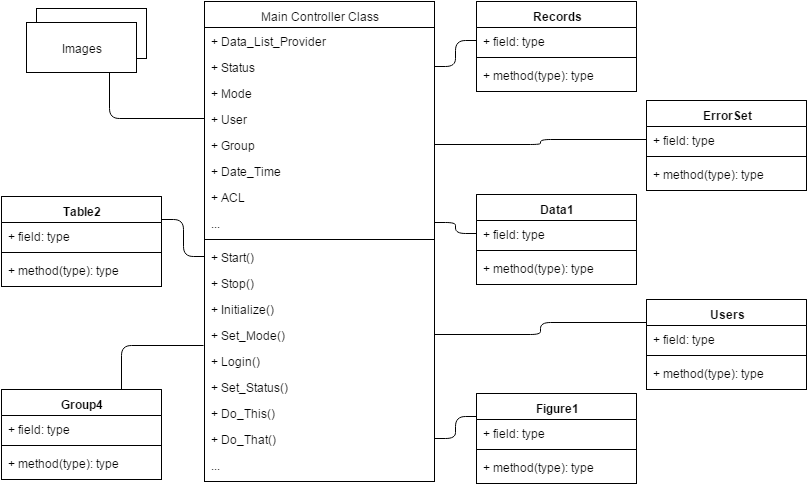
Mudvayne/HS keeps this draw.io diagram as Bilder/The_blob.png. Above is the earlier version. Source tidied: cells renumbered, new cells last; positions are measured from the earlier drawing's top-left corner, leaving out a move shared by most shapes.
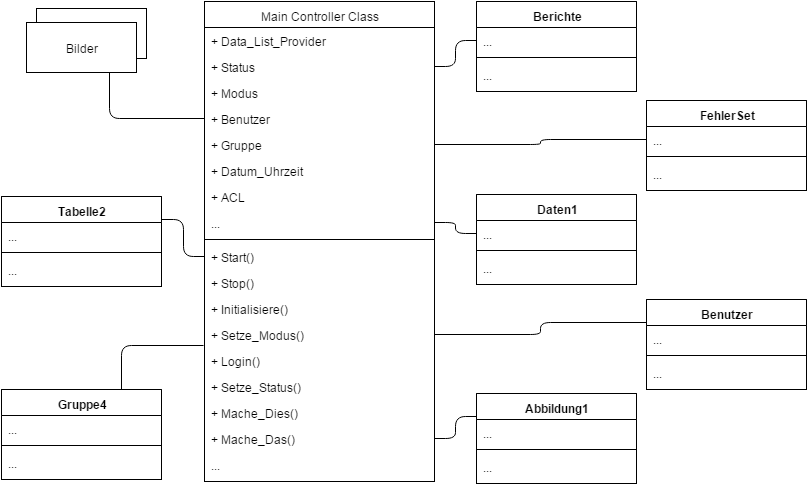
The same diagram one commit later.

Commit message:
Bilder übersetzt.

Diff of the diagram source:
```diff
@@ -11,16 +11,16 @@
     <mxCell id="4" value="+ Status" style="text;html=1;strokeColor=none;fillColor=none;align=left;verticalAlign=top;spacingLeft=4;spacingRight=4;whiteSpace=wrap;overflow=hidden;points=[[0,0.5],[1,0.5]];portConstraint=eastwest;" parent="2" vertex="1">
       <mxGeometry y="52" width="230" height="26" as="geometry" />
     </mxCell>
-    <mxCell id="5" value="+ Mode" style="text;html=1;strokeColor=none;fillColor=none;align=left;verticalAlign=top;spacingLeft=4;spacingRight=4;whiteSpace=wrap;overflow=hidden;" parent="2" vertex="1">
+    <mxCell id="5" value="+ Modus" style="text;html=1;strokeColor=none;fillColor=none;align=left;verticalAlign=top;spacingLeft=4;spacingRight=4;whiteSpace=wrap;overflow=hidden;" parent="2" vertex="1">
       <mxGeometry y="78" width="230" height="26" as="geometry" />
     </mxCell>
-    <mxCell id="6" value="+ User" style="text;html=1;strokeColor=none;fillColor=none;align=left;verticalAlign=top;spacingLeft=4;spacingRight=4;whiteSpace=wrap;overflow=hidden;points=[[0,0.5],[1,0.5]];portConstraint=eastwest;" parent="2" vertex="1">
+    <mxCell id="6" value="+ Benutzer" style="text;html=1;strokeColor=none;fillColor=none;align=left;verticalAlign=top;spacingLeft=4;spacingRight=4;whiteSpace=wrap;overflow=hidden;points=[[0,0.5],[1,0.5]];portConstraint=eastwest;" parent="2" vertex="1">
       <mxGeometry y="104" width="230" height="26" as="geometry" />
     </mxCell>
-    <mxCell id="7" value="+ Group" style="text;html=1;strokeColor=none;fillColor=none;align=left;verticalAlign=top;spacingLeft=4;spacingRight=4;whiteSpace=wrap;overflow=hidden;points=[[0,0.5],[1,0.5]];portConstraint=eastwest;" parent="2" vertex="1">
+    <mxCell id="7" value="+ Gruppe" style="text;html=1;strokeColor=none;fillColor=none;align=left;verticalAlign=top;spacingLeft=4;spacingRight=4;whiteSpace=wrap;overflow=hidden;points=[[0,0.5],[1,0.5]];portConstraint=eastwest;" parent="2" vertex="1">
       <mxGeometry y="130" width="230" height="26" as="geometry" />
     </mxCell>
-    <mxCell id="8" value="+ Date_Time" style="text;html=1;strokeColor=none;fillColor=none;align=left;verticalAlign=top;spacingLeft=4;spacingRight=4;whiteSpace=wrap;overflow=hidden;" parent="2" vertex="1">
+    <mxCell id="8" value="+ Datum_Uhrzeit" style="text;html=1;strokeColor=none;fillColor=none;align=left;verticalAlign=top;spacingLeft=4;spacingRight=4;whiteSpace=wrap;overflow=hidden;" parent="2" vertex="1">
       <mxGeometry y="156" width="230" height="26" as="geometry" />
     </mxCell>
     <mxCell id="9" value="+ ACL" style="text;html=1;strokeColor=none;fillColor=none;align=left;verticalAlign=top;spacingLeft=4;spacingRight=4;whiteSpace=wrap;overflow=hidden;" parent="2" vertex="1">
@@ -38,121 +38,121 @@
     <mxCell id="13" value="+ Stop()" style="text;html=1;strokeColor=none;fillColor=none;align=left;verticalAlign=top;spacingLeft=4;spacingRight=4;whiteSpace=wrap;overflow=hidden;" parent="2" vertex="1">
       <mxGeometry y="268" width="230" height="26" as="geometry" />
     </mxCell>
-    <mxCell id="14" value="+ Initialize()" style="text;html=1;strokeColor=none;fillColor=none;align=left;verticalAlign=top;spacingLeft=4;spacingRight=4;whiteSpace=wrap;overflow=hidden;" parent="2" vertex="1">
+    <mxCell id="14" value="+ Initialisiere()" style="text;html=1;strokeColor=none;fillColor=none;align=left;verticalAlign=top;spacingLeft=4;spacingRight=4;whiteSpace=wrap;overflow=hidden;" parent="2" vertex="1">
       <mxGeometry y="294" width="230" height="26" as="geometry" />
     </mxCell>
-    <mxCell id="15" value="+ Set_Mode()" style="text;html=1;strokeColor=none;fillColor=none;align=left;verticalAlign=top;spacingLeft=4;spacingRight=4;whiteSpace=wrap;overflow=hidden;points=[[0,0.5],[1,0.5]];portConstraint=eastwest;" parent="2" vertex="1">
+    <mxCell id="15" value="+ Setze_Modus()" style="text;html=1;strokeColor=none;fillColor=none;align=left;verticalAlign=top;spacingLeft=4;spacingRight=4;whiteSpace=wrap;overflow=hidden;points=[[0,0.5],[1,0.5]];portConstraint=eastwest;" parent="2" vertex="1">
       <mxGeometry y="320" width="230" height="26" as="geometry" />
     </mxCell>
     <mxCell id="16" value="+ Login()" style="text;html=1;strokeColor=none;fillColor=none;align=left;verticalAlign=top;spacingLeft=4;spacingRight=4;whiteSpace=wrap;overflow=hidden;points=[[0,0.5],[1,0.5]];portConstraint=eastwest;" parent="2" vertex="1">
       <mxGeometry y="346" width="230" height="26" as="geometry" />
     </mxCell>
-    <mxCell id="17" value="+ Set_Status()" style="text;html=1;strokeColor=none;fillColor=none;align=left;verticalAlign=top;spacingLeft=4;spacingRight=4;whiteSpace=wrap;overflow=hidden;" parent="2" vertex="1">
+    <mxCell id="17" value="+ Setze_Status()" style="text;html=1;strokeColor=none;fillColor=none;align=left;verticalAlign=top;spacingLeft=4;spacingRight=4;whiteSpace=wrap;overflow=hidden;" parent="2" vertex="1">
       <mxGeometry y="372" width="230" height="26" as="geometry" />
     </mxCell>
-    <mxCell id="18" value="+ Do_This()" style="text;html=1;strokeColor=none;fillColor=none;align=left;verticalAlign=top;spacingLeft=4;spacingRight=4;whiteSpace=wrap;overflow=hidden;" parent="2" vertex="1">
+    <mxCell id="18" value="+ Mache_Dies()" style="text;html=1;strokeColor=none;fillColor=none;align=left;verticalAlign=top;spacingLeft=4;spacingRight=4;whiteSpace=wrap;overflow=hidden;" parent="2" vertex="1">
       <mxGeometry y="398" width="230" height="26" as="geometry" />
     </mxCell>
-    <mxCell id="19" value="+ Do_That()" style="text;html=1;strokeColor=none;fillColor=none;align=left;verticalAlign=top;spacingLeft=4;spacingRight=4;whiteSpace=wrap;overflow=hidden;points=[[0,0.5],[1,0.5]];portConstraint=eastwest;" parent="2" vertex="1">
+    <mxCell id="19" value="+ Mache_Das()" style="text;html=1;strokeColor=none;fillColor=none;align=left;verticalAlign=top;spacingLeft=4;spacingRight=4;whiteSpace=wrap;overflow=hidden;points=[[0,0.5],[1,0.5]];portConstraint=eastwest;" parent="2" vertex="1">
       <mxGeometry y="424" width="230" height="26" as="geometry" />
     </mxCell>
     <mxCell id="20" value="..." style="text;html=1;strokeColor=none;fillColor=none;align=left;verticalAlign=top;spacingLeft=4;spacingRight=4;whiteSpace=wrap;overflow=hidden;" parent="2" vertex="1">
       <mxGeometry y="450" width="230" height="20" as="geometry" />
     </mxCell>
-    <mxCell id="21" value="Records" style="swimlane;html=1;fontStyle=1;align=center;verticalAlign=top;horizontal=1;startSize=26;swimlaneFillColor=#ffffff;" parent="1" vertex="1">
+    <mxCell id="21" value="Berichte" style="swimlane;html=1;fontStyle=1;align=center;verticalAlign=top;horizontal=1;startSize=26;swimlaneFillColor=#ffffff;" parent="1" vertex="1">
       <mxGeometry x="475" width="160" height="90" as="geometry" />
     </mxCell>
-    <mxCell id="22" value="+ field: type" style="text;html=1;strokeColor=none;fillColor=none;align=left;verticalAlign=top;spacingLeft=4;spacingRight=4;whiteSpace=wrap;overflow=hidden;points=[[0,0.5],[1,0.5]];portConstraint=eastwest;" parent="21" vertex="1">
+    <mxCell id="22" value="&lt;span&gt;...&lt;/span&gt;" style="text;html=1;strokeColor=none;fillColor=none;align=left;verticalAlign=top;spacingLeft=4;spacingRight=4;whiteSpace=wrap;overflow=hidden;points=[[0,0.5],[1,0.5]];portConstraint=eastwest;" parent="21" vertex="1">
       <mxGeometry y="26" width="160" height="26" as="geometry" />
     </mxCell>
     <mxCell id="23" style="line;html=1;strokeWidth=1;fillColor=none;align=left;verticalAlign=middle;spacingTop=-1;spacingLeft=3;spacingRight=3;labelPosition=right;" parent="21" vertex="1">
       <mxGeometry y="52" width="160" height="8" as="geometry" />
     </mxCell>
-    <mxCell id="24" value="+ method(type): type" style="text;html=1;strokeColor=none;fillColor=none;align=left;verticalAlign=top;spacingLeft=4;spacingRight=4;whiteSpace=wrap;overflow=hidden;" parent="21" vertex="1">
+    <mxCell id="24" value="&lt;span&gt;...&lt;/span&gt;" style="text;html=1;strokeColor=none;fillColor=none;align=left;verticalAlign=top;spacingLeft=4;spacingRight=4;whiteSpace=wrap;overflow=hidden;" parent="21" vertex="1">
       <mxGeometry y="60" width="160" height="26" as="geometry" />
     </mxCell>
-    <mxCell id="25" value="Data1" style="swimlane;html=1;fontStyle=1;align=center;verticalAlign=top;horizontal=1;startSize=26;swimlaneFillColor=#ffffff;" parent="1" vertex="1">
+    <mxCell id="25" value="Daten1" style="swimlane;html=1;fontStyle=1;align=center;verticalAlign=top;horizontal=1;startSize=26;swimlaneFillColor=#ffffff;" parent="1" vertex="1">
       <mxGeometry x="475" y="193" width="160" height="90" as="geometry" />
     </mxCell>
-    <mxCell id="26" value="+ field: type" style="text;html=1;strokeColor=none;fillColor=none;align=left;verticalAlign=top;spacingLeft=4;spacingRight=4;whiteSpace=wrap;overflow=hidden;points=[[0,0.5],[1,0.5]];portConstraint=eastwest;" parent="25" vertex="1">
+    <mxCell id="26" value="&lt;span&gt;...&lt;/span&gt;" style="text;html=1;strokeColor=none;fillColor=none;align=left;verticalAlign=top;spacingLeft=4;spacingRight=4;whiteSpace=wrap;overflow=hidden;points=[[0,0.5],[1,0.5]];portConstraint=eastwest;" parent="25" vertex="1">
       <mxGeometry y="26" width="160" height="26" as="geometry" />
     </mxCell>
     <mxCell id="27" style="line;html=1;strokeWidth=1;fillColor=none;align=left;verticalAlign=middle;spacingTop=-1;spacingLeft=3;spacingRight=3;labelPosition=right;" parent="25" vertex="1">
       <mxGeometry y="52" width="160" height="8" as="geometry" />
     </mxCell>
-    <mxCell id="28" value="+ method(type): type" style="text;html=1;strokeColor=none;fillColor=none;align=left;verticalAlign=top;spacingLeft=4;spacingRight=4;whiteSpace=wrap;overflow=hidden;" parent="25" vertex="1">
+    <mxCell id="28" value="&lt;span&gt;...&lt;/span&gt;" style="text;html=1;strokeColor=none;fillColor=none;align=left;verticalAlign=top;spacingLeft=4;spacingRight=4;whiteSpace=wrap;overflow=hidden;" parent="25" vertex="1">
       <mxGeometry y="60" width="160" height="26" as="geometry" />
     </mxCell>
     <mxCell id="29" style="edgeStyle=orthogonalEdgeStyle;rounded=1;html=1;exitX=0;exitY=0.25;entryX=1;entryY=0.5;endArrow=none;endFill=0;jettySize=auto;strokeColor=#000000;" parent="1" edge="1" source="30" target="19">
       <mxGeometry relative="1" as="geometry" />
     </mxCell>
-    <mxCell id="30" value="Figure1" style="swimlane;html=1;fontStyle=1;align=center;verticalAlign=top;horizontal=1;startSize=26;swimlaneFillColor=#ffffff;" parent="1" vertex="1">
+    <mxCell id="30" value="Abbildung1" style="swimlane;html=1;fontStyle=1;align=center;verticalAlign=top;horizontal=1;startSize=26;swimlaneFillColor=#ffffff;" parent="1" vertex="1">
       <mxGeometry x="475" y="392" width="160" height="90" as="geometry" />
     </mxCell>
-    <mxCell id="31" value="+ field: type" style="text;html=1;strokeColor=none;fillColor=none;align=left;verticalAlign=top;spacingLeft=4;spacingRight=4;whiteSpace=wrap;overflow=hidden;" parent="30" vertex="1">
+    <mxCell id="31" value="&lt;span&gt;...&lt;/span&gt;" style="text;html=1;strokeColor=none;fillColor=none;align=left;verticalAlign=top;spacingLeft=4;spacingRight=4;whiteSpace=wrap;overflow=hidden;" parent="30" vertex="1">
       <mxGeometry y="26" width="160" height="26" as="geometry" />
     </mxCell>
     <mxCell id="32" style="line;html=1;strokeWidth=1;fillColor=none;align=left;verticalAlign=middle;spacingTop=-1;spacingLeft=3;spacingRight=3;labelPosition=right;" parent="30" vertex="1">
       <mxGeometry y="52" width="160" height="8" as="geometry" />
     </mxCell>
-    <mxCell id="33" value="+ method(type): type" style="text;html=1;strokeColor=none;fillColor=none;align=left;verticalAlign=top;spacingLeft=4;spacingRight=4;whiteSpace=wrap;overflow=hidden;" parent="30" vertex="1">
+    <mxCell id="33" value="&lt;span&gt;...&lt;/span&gt;" style="text;html=1;strokeColor=none;fillColor=none;align=left;verticalAlign=top;spacingLeft=4;spacingRight=4;whiteSpace=wrap;overflow=hidden;" parent="30" vertex="1">
       <mxGeometry y="60" width="160" height="26" as="geometry" />
     </mxCell>
-    <mxCell id="34" value="ErrorSet" style="swimlane;html=1;fontStyle=1;align=center;verticalAlign=top;horizontal=1;startSize=26;swimlaneFillColor=#ffffff;" parent="1" vertex="1">
+    <mxCell id="34" value="FehlerSet" style="swimlane;html=1;fontStyle=1;align=center;verticalAlign=top;horizontal=1;startSize=26;swimlaneFillColor=#ffffff;" parent="1" vertex="1">
       <mxGeometry x="645" y="99" width="160" height="90" as="geometry" />
     </mxCell>
-    <mxCell id="35" value="+ field: type" style="text;html=1;strokeColor=none;fillColor=none;align=left;verticalAlign=top;spacingLeft=4;spacingRight=4;whiteSpace=wrap;overflow=hidden;points=[[0,0.5],[1,0.5]];portConstraint=eastwest;" parent="34" vertex="1">
+    <mxCell id="35" value="&lt;span&gt;...&lt;/span&gt;" style="text;html=1;strokeColor=none;fillColor=none;align=left;verticalAlign=top;spacingLeft=4;spacingRight=4;whiteSpace=wrap;overflow=hidden;points=[[0,0.5],[1,0.5]];portConstraint=eastwest;" parent="34" vertex="1">
       <mxGeometry y="26" width="160" height="26" as="geometry" />
     </mxCell>
     <mxCell id="36" style="line;html=1;strokeWidth=1;fillColor=none;align=left;verticalAlign=middle;spacingTop=-1;spacingLeft=3;spacingRight=3;labelPosition=right;" parent="34" vertex="1">
       <mxGeometry y="52" width="160" height="8" as="geometry" />
     </mxCell>
-    <mxCell id="37" value="+ method(type): type" style="text;html=1;strokeColor=none;fillColor=none;align=left;verticalAlign=top;spacingLeft=4;spacingRight=4;whiteSpace=wrap;overflow=hidden;" parent="34" vertex="1">
+    <mxCell id="37" value="&lt;span&gt;...&lt;/span&gt;" style="text;html=1;strokeColor=none;fillColor=none;align=left;verticalAlign=top;spacingLeft=4;spacingRight=4;whiteSpace=wrap;overflow=hidden;" parent="34" vertex="1">
       <mxGeometry y="60" width="160" height="26" as="geometry" />
     </mxCell>
     <mxCell id="38" style="edgeStyle=orthogonalEdgeStyle;rounded=1;html=1;exitX=0;exitY=0.25;entryX=1;entryY=0.5;endArrow=none;endFill=0;jettySize=auto;strokeColor=#000000;" parent="1" edge="1" source="39" target="15">
       <mxGeometry relative="1" as="geometry" />
     </mxCell>
-    <mxCell id="39" value="Users" style="swimlane;html=1;fontStyle=1;align=center;verticalAlign=top;horizontal=1;startSize=26;swimlaneFillColor=#ffffff;" parent="1" vertex="1">
+    <mxCell id="39" value="Benutzer" style="swimlane;html=1;fontStyle=1;align=center;verticalAlign=top;horizontal=1;startSize=26;swimlaneFillColor=#ffffff;" parent="1" vertex="1">
       <mxGeometry x="645" y="298" width="160" height="90" as="geometry" />
     </mxCell>
-    <mxCell id="40" value="+ field: type" style="text;html=1;strokeColor=none;fillColor=none;align=left;verticalAlign=top;spacingLeft=4;spacingRight=4;whiteSpace=wrap;overflow=hidden;" parent="39" vertex="1">
+    <mxCell id="40" value="&lt;span&gt;...&lt;/span&gt;" style="text;html=1;strokeColor=none;fillColor=none;align=left;verticalAlign=top;spacingLeft=4;spacingRight=4;whiteSpace=wrap;overflow=hidden;" parent="39" vertex="1">
       <mxGeometry y="26" width="160" height="26" as="geometry" />
     </mxCell>
     <mxCell id="41" style="line;html=1;strokeWidth=1;fillColor=none;align=left;verticalAlign=middle;spacingTop=-1;spacingLeft=3;spacingRight=3;labelPosition=right;" parent="39" vertex="1">
       <mxGeometry y="52" width="160" height="8" as="geometry" />
     </mxCell>
-    <mxCell id="42" value="+ method(type): type" style="text;html=1;strokeColor=none;fillColor=none;align=left;verticalAlign=top;spacingLeft=4;spacingRight=4;whiteSpace=wrap;overflow=hidden;" parent="39" vertex="1">
+    <mxCell id="42" value="&lt;span&gt;...&lt;/span&gt;" style="text;html=1;strokeColor=none;fillColor=none;align=left;verticalAlign=top;spacingLeft=4;spacingRight=4;whiteSpace=wrap;overflow=hidden;" parent="39" vertex="1">
       <mxGeometry y="60" width="160" height="26" as="geometry" />
     </mxCell>
     <mxCell id="43" style="edgeStyle=orthogonalEdgeStyle;rounded=1;html=1;exitX=1;exitY=0.25;entryX=0;entryY=0.5;endArrow=none;endFill=0;jettySize=auto;strokeColor=#000000;" parent="1" edge="1" source="44" target="12">
       <mxGeometry relative="1" as="geometry" />
     </mxCell>
-    <mxCell id="44" value="Table2" style="swimlane;html=1;fontStyle=1;align=center;verticalAlign=top;horizontal=1;startSize=26;swimlaneFillColor=#ffffff;" parent="1" vertex="1">
+    <mxCell id="44" value="Tabelle2" style="swimlane;html=1;fontStyle=1;align=center;verticalAlign=top;horizontal=1;startSize=26;swimlaneFillColor=#ffffff;" parent="1" vertex="1">
       <mxGeometry y="195" width="160" height="90" as="geometry" />
     </mxCell>
-    <mxCell id="45" value="+ field: type" style="text;html=1;strokeColor=none;fillColor=none;align=left;verticalAlign=top;spacingLeft=4;spacingRight=4;whiteSpace=wrap;overflow=hidden;" parent="44" vertex="1">
+    <mxCell id="45" value="..." style="text;html=1;strokeColor=none;fillColor=none;align=left;verticalAlign=top;spacingLeft=4;spacingRight=4;whiteSpace=wrap;overflow=hidden;" parent="44" vertex="1">
       <mxGeometry y="26" width="160" height="26" as="geometry" />
     </mxCell>
     <mxCell id="46" style="line;html=1;strokeWidth=1;fillColor=none;align=left;verticalAlign=middle;spacingTop=-1;spacingLeft=3;spacingRight=3;labelPosition=right;" parent="44" vertex="1">
       <mxGeometry y="52" width="160" height="8" as="geometry" />
     </mxCell>
-    <mxCell id="47" value="+ method(type): type" style="text;html=1;strokeColor=none;fillColor=none;align=left;verticalAlign=top;spacingLeft=4;spacingRight=4;whiteSpace=wrap;overflow=hidden;" parent="44" vertex="1">
+    <mxCell id="47" value="&lt;span&gt;...&lt;/span&gt;" style="text;html=1;strokeColor=none;fillColor=none;align=left;verticalAlign=top;spacingLeft=4;spacingRight=4;whiteSpace=wrap;overflow=hidden;" parent="44" vertex="1">
       <mxGeometry y="60" width="160" height="26" as="geometry" />
     </mxCell>
     <mxCell id="48" style="edgeStyle=orthogonalEdgeStyle;rounded=1;html=1;exitX=0.75;exitY=0;entryX=-0.004;entryY=-0.077;entryPerimeter=0;endArrow=none;endFill=0;jettySize=auto;strokeColor=#000000;" parent="1" edge="1" source="49" target="16">
       <mxGeometry relative="1" as="geometry" />
     </mxCell>
-    <mxCell id="49" value="Group4" style="swimlane;html=1;fontStyle=1;align=center;verticalAlign=top;horizontal=1;startSize=26;swimlaneFillColor=#ffffff;" parent="1" vertex="1">
+    <mxCell id="49" value="Gruppe4" style="swimlane;html=1;fontStyle=1;align=center;verticalAlign=top;horizontal=1;startSize=26;swimlaneFillColor=#ffffff;" parent="1" vertex="1">
       <mxGeometry y="388" width="160" height="90" as="geometry" />
     </mxCell>
-    <mxCell id="50" value="+ field: type" style="text;html=1;strokeColor=none;fillColor=none;align=left;verticalAlign=top;spacingLeft=4;spacingRight=4;whiteSpace=wrap;overflow=hidden;" parent="49" vertex="1">
+    <mxCell id="50" value="&lt;span&gt;...&lt;/span&gt;" style="text;html=1;strokeColor=none;fillColor=none;align=left;verticalAlign=top;spacingLeft=4;spacingRight=4;whiteSpace=wrap;overflow=hidden;" parent="49" vertex="1">
       <mxGeometry y="26" width="160" height="26" as="geometry" />
     </mxCell>
     <mxCell id="51" style="line;html=1;strokeWidth=1;fillColor=none;align=left;verticalAlign=middle;spacingTop=-1;spacingLeft=3;spacingRight=3;labelPosition=right;" parent="49" vertex="1">
       <mxGeometry y="52" width="160" height="8" as="geometry" />
     </mxCell>
-    <mxCell id="52" value="+ method(type): type" style="text;html=1;strokeColor=none;fillColor=none;align=left;verticalAlign=top;spacingLeft=4;spacingRight=4;whiteSpace=wrap;overflow=hidden;" parent="49" vertex="1">
+    <mxCell id="52" value="&lt;span&gt;...&lt;/span&gt;" style="text;html=1;strokeColor=none;fillColor=none;align=left;verticalAlign=top;spacingLeft=4;spacingRight=4;whiteSpace=wrap;overflow=hidden;" parent="49" vertex="1">
       <mxGeometry y="60" width="160" height="26" as="geometry" />
     </mxCell>
     <mxCell id="53" value="Object" style="html=1;" parent="1" vertex="1">
@@ -161,7 +161,7 @@
     <mxCell id="54" style="edgeStyle=orthogonalEdgeStyle;rounded=1;html=1;exitX=0.75;exitY=1;entryX=0;entryY=0.5;endArrow=none;endFill=0;jettySize=auto;strokeColor=#000000;" parent="1" edge="1" source="55" target="6">
       <mxGeometry relative="1" as="geometry" />
     </mxCell>
-    <mxCell id="55" value="Images" style="html=1;" parent="1" vertex="1">
+    <mxCell id="55" value="Bilder" style="html=1;" parent="1" vertex="1">
       <mxGeometry x="25" y="21" width="110" height="50" as="geometry" />
     </mxCell>
     <mxCell id="56" style="edgeStyle=orthogonalEdgeStyle;rounded=1;html=1;exitX=0;exitY=0.5;entryX=1;entryY=0.5;endArrow=none;endFill=0;jettySize=auto;strokeColor=#000000;" parent="1" edge="1" source="22" target="4">
```
